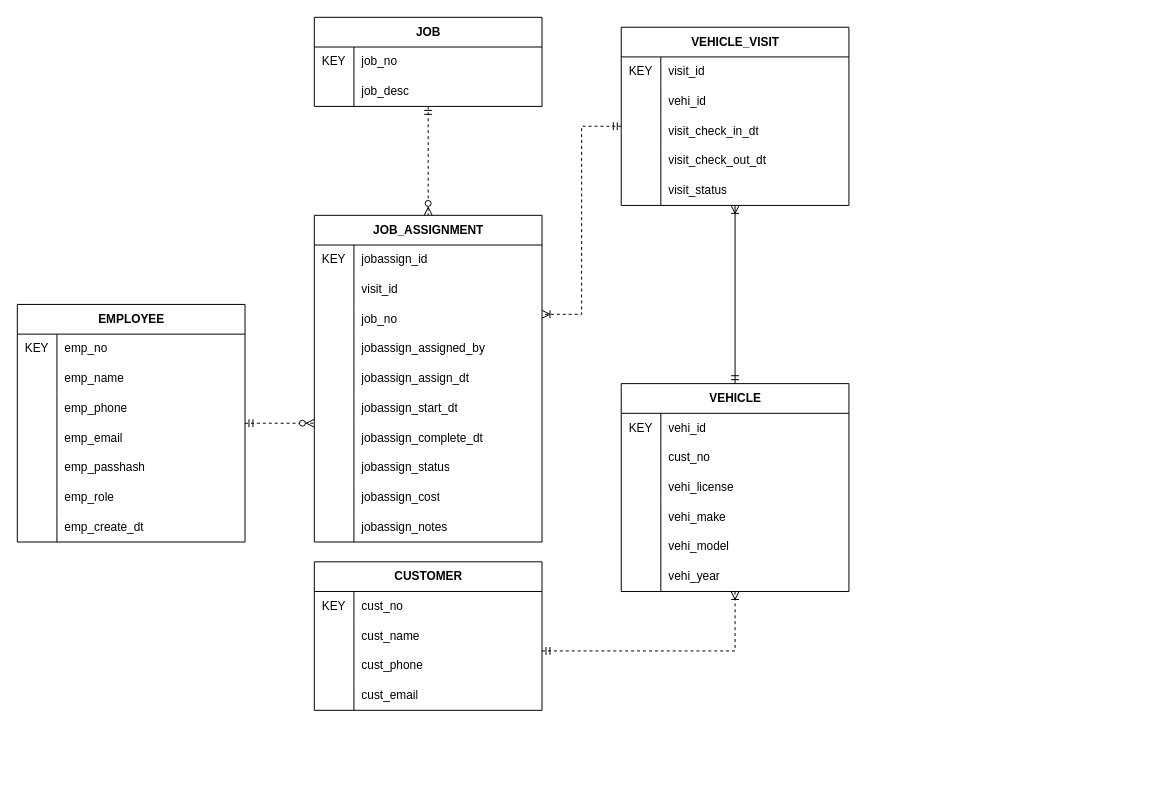
Above: page "Conceptual" (2 of 2) of docs/erd/erd.drawio in PrimeAutocare/primeautocare (draw.io), before the change. Source tidied: cells renumbered, new cells numbered last; positions are measured from the earlier drawing's top-left corner, leaving out a move shared by most shapes. Both pictures are drawn from the tidied source at 99%, with x=0, y=0 at pixel (17, 17).
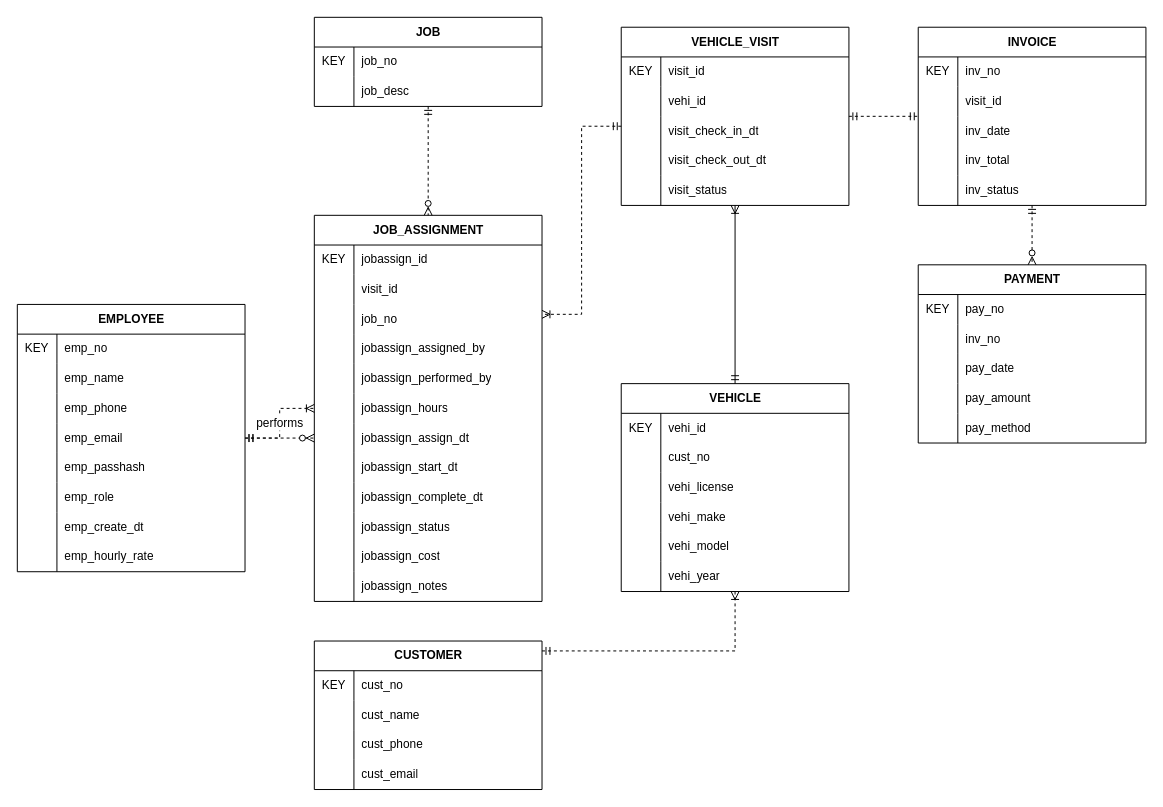
The same page after the edit.

Unchanged cells that the change refers to:
```xml
<mxCell id="81" value="VEHICLE_VISIT" style="shape=table;startSize=30;childLayout=tableLayout;rowLines=0;fontStyle=1;align=center;html=1;" parent="1" vertex="1">
  <mxGeometry x="610" y="10" width="230" height="180" as="geometry" />
</mxCell>
```

Diff of the diagram source:
```diff
@@
     <mxCell id="2" value="EMPLOYEE" style="shape=table;startSize=30;childLayout=tableLayout;rowLines=0;fontStyle=1;align=center;html=1;" parent="1" vertex="1">
-      <mxGeometry y="290" width="230" height="240" as="geometry" />
+      <mxGeometry y="290" width="230" height="270" as="geometry" />
     </mxCell>
@@
+    <mxCell id="115" style="shape=tableRow;horizontal=0;startSize=0;swimlaneHead=0;swimlaneBody=0;fillColor=none;top=0;left=0;right=0;bottom=0;" parent="2" vertex="1">
+      <mxGeometry y="240" width="230" height="30" as="geometry" />
+    </mxCell>
+    <mxCell id="116" style="shape=partialRectangle;fillColor=none;top=0;left=0;bottom=0;right=0;overflow=hidden;whiteSpace=wrap;html=1;" parent="115" vertex="1">
+      <mxGeometry width="40" height="30" as="geometry" />
+    </mxCell>
+    <mxCell id="117" value="emp_hourly_rate" style="shape=partialRectangle;fillColor=none;top=0;left=0;bottom=0;right=0;align=left;spacingLeft=6;overflow=hidden;whiteSpace=wrap;html=1;" parent="115" vertex="1">
+      <mxGeometry x="40" width="190" height="30" as="geometry" />
+    </mxCell>
@@
     <mxCell id="50" value="JOB_ASSIGNMENT" style="shape=table;startSize=30;childLayout=tableLayout;rowLines=0;fontStyle=1;align=center;html=1;" parent="1" vertex="1">
-      <mxGeometry x="300" y="200" width="230" height="330" as="geometry" />
+      <mxGeometry x="300" y="200" width="230" height="390" as="geometry" />
     </mxCell>
@@
+    <mxCell id="118" style="shape=tableRow;horizontal=0;startSize=0;swimlaneHead=0;swimlaneBody=0;fillColor=none;top=0;left=0;right=0;bottom=0;" parent="50" vertex="1">
+      <mxGeometry y="150" width="230" height="30" as="geometry" />
+    </mxCell>
+    <mxCell id="119" style="shape=partialRectangle;fillColor=none;top=0;left=0;bottom=0;right=0;overflow=hidden;whiteSpace=wrap;html=1;" parent="118" vertex="1">
+      <mxGeometry width="40" height="30" as="geometry" />
+    </mxCell>
+    <mxCell id="120" value="jobassign_performed_by" style="shape=partialRectangle;fillColor=none;top=0;left=0;bottom=0;right=0;align=left;spacingLeft=6;overflow=hidden;whiteSpace=wrap;html=1;" parent="118" vertex="1">
+      <mxGeometry x="40" width="190" height="30" as="geometry" />
+    </mxCell>
+    <mxCell id="121" style="shape=tableRow;horizontal=0;startSize=0;swimlaneHead=0;swimlaneBody=0;fillColor=none;top=0;left=0;right=0;bottom=0;" parent="50" vertex="1">
+      <mxGeometry y="180" width="230" height="30" as="geometry" />
+    </mxCell>
+    <mxCell id="122" style="shape=partialRectangle;fillColor=none;top=0;left=0;bottom=0;right=0;overflow=hidden;whiteSpace=wrap;html=1;" parent="121" vertex="1">
+      <mxGeometry width="40" height="30" as="geometry" />
+    </mxCell>
+    <mxCell id="123" value="jobassign_hours" style="shape=partialRectangle;fillColor=none;top=0;left=0;bottom=0;right=0;align=left;spacingLeft=6;overflow=hidden;whiteSpace=wrap;html=1;" parent="121" vertex="1">
+      <mxGeometry x="40" width="190" height="30" as="geometry" />
+    </mxCell>
     <mxCell id="63" style="shape=tableRow;horizontal=0;startSize=0;swimlaneHead=0;swimlaneBody=0;fillColor=none;top=0;left=0;right=0;bottom=0;" parent="50" vertex="1">
-      <mxGeometry y="150" width="230" height="30" as="geometry" />
+      <mxGeometry y="210" width="230" height="30" as="geometry" />
     </mxCell>
@@
     <mxCell id="66" style="shape=tableRow;horizontal=0;startSize=0;swimlaneHead=0;swimlaneBody=0;fillColor=none;top=0;left=0;right=0;bottom=0;" parent="50" vertex="1">
-      <mxGeometry y="180" width="230" height="30" as="geometry" />
+      <mxGeometry y="240" width="230" height="30" as="geometry" />
     </mxCell>
@@
     <mxCell id="69" style="shape=tableRow;horizontal=0;startSize=0;swimlaneHead=0;swimlaneBody=0;fillColor=none;top=0;left=0;right=0;bottom=0;" parent="50" vertex="1">
-      <mxGeometry y="210" width="230" height="30" as="geometry" />
+      <mxGeometry y="270" width="230" height="30" as="geometry" />
     </mxCell>
@@
     <mxCell id="72" style="shape=tableRow;horizontal=0;startSize=0;swimlaneHead=0;swimlaneBody=0;fillColor=none;top=0;left=0;right=0;bottom=0;" parent="50" vertex="1">
-      <mxGeometry y="240" width="230" height="30" as="geometry" />
+      <mxGeometry y="300" width="230" height="30" as="geometry" />
     </mxCell>
@@
     <mxCell id="75" style="shape=tableRow;horizontal=0;startSize=0;swimlaneHead=0;swimlaneBody=0;fillColor=none;top=0;left=0;right=0;bottom=0;" parent="50" vertex="1">
-      <mxGeometry y="270" width="230" height="30" as="geometry" />
+      <mxGeometry y="330" width="230" height="30" as="geometry" />
     </mxCell>
@@
     <mxCell id="78" style="shape=tableRow;horizontal=0;startSize=0;swimlaneHead=0;swimlaneBody=0;fillColor=none;top=0;left=0;right=0;bottom=0;" parent="50" vertex="1">
-      <mxGeometry y="300" width="230" height="30" as="geometry" />
+      <mxGeometry y="360" width="230" height="30" as="geometry" />
     </mxCell>
@@
     <mxCell id="101" value="CUSTOMER" style="shape=table;startSize=30;childLayout=tableLayout;rowLines=0;fontStyle=1;align=center;html=1;" parent="1" vertex="1">
-      <mxGeometry x="300" y="550" width="230" height="150" as="geometry" />
+      <mxGeometry x="300" y="630" width="230" height="150" as="geometry" />
     </mxCell>
@@
+    <mxCell id="124" value="INVOICE" style="shape=table;startSize=30;childLayout=tableLayout;rowLines=0;fontStyle=1;align=center;html=1;" parent="1" vertex="1">
+      <mxGeometry x="910" y="10" width="230" height="180" as="geometry" />
+    </mxCell>
+    <mxCell id="125" style="shape=tableRow;horizontal=0;startSize=0;swimlaneHead=0;swimlaneBody=0;fillColor=none;top=0;left=0;right=0;bottom=0;" parent="124" vertex="1">
+      <mxGeometry y="30" width="230" height="30" as="geometry" />
+    </mxCell>
+    <mxCell id="126" value="KEY" style="shape=partialRectangle;fillColor=none;top=0;left=0;bottom=0;right=0;overflow=hidden;whiteSpace=wrap;html=1;" parent="125" vertex="1">
+      <mxGeometry width="40" height="30" as="geometry" />
+    </mxCell>
+    <mxCell id="127" value="inv_no" style="shape=partialRectangle;fillColor=none;top=0;left=0;bottom=0;right=0;align=left;spacingLeft=6;overflow=hidden;whiteSpace=wrap;html=1;" parent="125" vertex="1">
+      <mxGeometry x="40" width="190" height="30" as="geometry" />
+    </mxCell>
+    <mxCell id="128" style="shape=tableRow;horizontal=0;startSize=0;swimlaneHead=0;swimlaneBody=0;fillColor=none;top=0;left=0;right=0;bottom=0;" parent="124" vertex="1">
+      <mxGeometry y="60" width="230" height="30" as="geometry" />
+    </mxCell>
+    <mxCell id="129" style="shape=partialRectangle;fillColor=none;top=0;left=0;bottom=0;right=0;overflow=hidden;whiteSpace=wrap;html=1;" parent="128" vertex="1">
+      <mxGeometry width="40" height="30" as="geometry" />
+    </mxCell>
+    <mxCell id="130" value="visit_id" style="shape=partialRectangle;fillColor=none;top=0;left=0;bottom=0;right=0;align=left;spacingLeft=6;overflow=hidden;whiteSpace=wrap;html=1;" parent="128" vertex="1">
+      <mxGeometry x="40" width="190" height="30" as="geometry" />
+    </mxCell>
+    <mxCell id="131" style="shape=tableRow;horizontal=0;startSize=0;swimlaneHead=0;swimlaneBody=0;fillColor=none;top=0;left=0;right=0;bottom=0;" parent="124" vertex="1">
+      <mxGeometry y="90" width="230" height="30" as="geometry" />
+    </mxCell>
+    <mxCell id="132" style="shape=partialRectangle;fillColor=none;top=0;left=0;bottom=0;right=0;overflow=hidden;whiteSpace=wrap;html=1;" parent="131" vertex="1">
+      <mxGeometry width="40" height="30" as="geometry" />
+    </mxCell>
+    <mxCell id="133" value="inv_date" style="shape=partialRectangle;fillColor=none;top=0;left=0;bottom=0;right=0;align=left;spacingLeft=6;overflow=hidden;whiteSpace=wrap;html=1;" parent="131" vertex="1">
+      <mxGeometry x="40" width="190" height="30" as="geometry" />
+    </mxCell>
+    <mxCell id="134" style="shape=tableRow;horizontal=0;startSize=0;swimlaneHead=0;swimlaneBody=0;fillColor=none;top=0;left=0;right=0;bottom=0;" parent="124" vertex="1">
+      <mxGeometry y="120" width="230" height="30" as="geometry" />
+    </mxCell>
+    <mxCell id="135" style="shape=partialRectangle;fillColor=none;top=0;left=0;bottom=0;right=0;overflow=hidden;whiteSpace=wrap;html=1;" parent="134" vertex="1">
+      <mxGeometry width="40" height="30" as="geometry" />
+    </mxCell>
+    <mxCell id="136" value="inv_total" style="shape=partialRectangle;fillColor=none;top=0;left=0;bottom=0;right=0;align=left;spacingLeft=6;overflow=hidden;whiteSpace=wrap;html=1;" parent="134" vertex="1">
+      <mxGeometry x="40" width="190" height="30" as="geometry" />
+    </mxCell>
+    <mxCell id="137" style="shape=tableRow;horizontal=0;startSize=0;swimlaneHead=0;swimlaneBody=0;fillColor=none;top=0;left=0;right=0;bottom=0;" parent="124" vertex="1">
+      <mxGeometry y="150" width="230" height="30" as="geometry" />
+    </mxCell>
+    <mxCell id="138" style="shape=partialRectangle;fillColor=none;top=0;left=0;bottom=0;right=0;overflow=hidden;whiteSpace=wrap;html=1;" parent="137" vertex="1">
+      <mxGeometry width="40" height="30" as="geometry" />
+    </mxCell>
+    <mxCell id="139" value="inv_status" style="shape=partialRectangle;fillColor=none;top=0;left=0;bottom=0;right=0;align=left;spacingLeft=6;overflow=hidden;whiteSpace=wrap;html=1;" parent="137" vertex="1">
+      <mxGeometry x="40" width="190" height="30" as="geometry" />
+    </mxCell>
+    <mxCell id="140" value="PAYMENT" style="shape=table;startSize=30;childLayout=tableLayout;rowLines=0;fontStyle=1;align=center;html=1;" parent="1" vertex="1">
+      <mxGeometry x="910" y="250" width="230" height="180" as="geometry" />
+    </mxCell>
+    <mxCell id="141" style="shape=tableRow;horizontal=0;startSize=0;swimlaneHead=0;swimlaneBody=0;fillColor=none;top=0;left=0;right=0;bottom=0;" parent="140" vertex="1">
+      <mxGeometry y="30" width="230" height="30" as="geometry" />
+    </mxCell>
+    <mxCell id="142" value="KEY" style="shape=partialRectangle;fillColor=none;top=0;left=0;bottom=0;right=0;overflow=hidden;whiteSpace=wrap;html=1;" parent="141" vertex="1">
+      <mxGeometry width="40" height="30" as="geometry" />
+    </mxCell>
+    <mxCell id="143" value="pay_no" style="shape=partialRectangle;fillColor=none;top=0;left=0;bottom=0;right=0;align=left;spacingLeft=6;overflow=hidden;whiteSpace=wrap;html=1;" parent="141" vertex="1">
+      <mxGeometry x="40" width="190" height="30" as="geometry" />
+    </mxCell>
+    <mxCell id="144" style="shape=tableRow;horizontal=0;startSize=0;swimlaneHead=0;swimlaneBody=0;fillColor=none;top=0;left=0;right=0;bottom=0;" parent="140" vertex="1">
+      <mxGeometry y="60" width="230" height="30" as="geometry" />
+    </mxCell>
+    <mxCell id="145" style="shape=partialRectangle;fillColor=none;top=0;left=0;bottom=0;right=0;overflow=hidden;whiteSpace=wrap;html=1;" parent="144" vertex="1">
+      <mxGeometry width="40" height="30" as="geometry" />
+    </mxCell>
+    <mxCell id="146" value="inv_no" style="shape=partialRectangle;fillColor=none;top=0;left=0;bottom=0;right=0;align=left;spacingLeft=6;overflow=hidden;whiteSpace=wrap;html=1;" parent="144" vertex="1">
+      <mxGeometry x="40" width="190" height="30" as="geometry" />
+    </mxCell>
+    <mxCell id="147" style="shape=tableRow;horizontal=0;startSize=0;swimlaneHead=0;swimlaneBody=0;fillColor=none;top=0;left=0;right=0;bottom=0;" parent="140" vertex="1">
+      <mxGeometry y="90" width="230" height="30" as="geometry" />
+    </mxCell>
+    <mxCell id="148" style="shape=partialRectangle;fillColor=none;top=0;left=0;bottom=0;right=0;overflow=hidden;whiteSpace=wrap;html=1;" parent="147" vertex="1">
+      <mxGeometry width="40" height="30" as="geometry" />
+    </mxCell>
+    <mxCell id="149" value="pay_date" style="shape=partialRectangle;fillColor=none;top=0;left=0;bottom=0;right=0;align=left;spacingLeft=6;overflow=hidden;whiteSpace=wrap;html=1;" parent="147" vertex="1">
+      <mxGeometry x="40" width="190" height="30" as="geometry" />
+    </mxCell>
+    <mxCell id="150" style="shape=tableRow;horizontal=0;startSize=0;swimlaneHead=0;swimlaneBody=0;fillColor=none;top=0;left=0;right=0;bottom=0;" parent="140" vertex="1">
+      <mxGeometry y="120" width="230" height="30" as="geometry" />
+    </mxCell>
+    <mxCell id="151" style="shape=partialRectangle;fillColor=none;top=0;left=0;bottom=0;right=0;overflow=hidden;whiteSpace=wrap;html=1;" parent="150" vertex="1">
+      <mxGeometry width="40" height="30" as="geometry" />
+    </mxCell>
+    <mxCell id="152" value="pay_amount" style="shape=partialRectangle;fillColor=none;top=0;left=0;bottom=0;right=0;align=left;spacingLeft=6;overflow=hidden;whiteSpace=wrap;html=1;" parent="150" vertex="1">
+      <mxGeometry x="40" width="190" height="30" as="geometry" />
+    </mxCell>
+    <mxCell id="153" style="shape=tableRow;horizontal=0;startSize=0;swimlaneHead=0;swimlaneBody=0;fillColor=none;top=0;left=0;right=0;bottom=0;" parent="140" vertex="1">
+      <mxGeometry y="150" width="230" height="30" as="geometry" />
+    </mxCell>
+    <mxCell id="154" style="shape=partialRectangle;fillColor=none;top=0;left=0;bottom=0;right=0;overflow=hidden;whiteSpace=wrap;html=1;" parent="153" vertex="1">
+      <mxGeometry width="40" height="30" as="geometry" />
+    </mxCell>
+    <mxCell id="155" value="pay_method" style="shape=partialRectangle;fillColor=none;top=0;left=0;bottom=0;right=0;align=left;spacingLeft=6;overflow=hidden;whiteSpace=wrap;html=1;" parent="153" vertex="1">
+      <mxGeometry x="40" width="190" height="30" as="geometry" />
+    </mxCell>
+    <mxCell id="156" style="edgeStyle=orthogonalEdgeStyle;fontSize=12;html=1;endArrow=ERmandOne;startArrow=ERmandOne;rounded=0;dashed=1;" parent="1" edge="1" source="81" target="124">
+      <mxGeometry relative="1" as="geometry" />
+    </mxCell>
+    <mxCell id="157" style="edgeStyle=orthogonalEdgeStyle;fontSize=12;html=1;endArrow=ERzeroToMany;startArrow=ERmandOne;rounded=0;dashed=1;" parent="1" edge="1" source="124" target="140">
+      <mxGeometry relative="1" as="geometry" />
+    </mxCell>
+    <mxCell id="158" value="performs" style="edgeStyle=orthogonalEdgeStyle;fontSize=12;html=1;endArrow=ERoneToMany;startArrow=ERmandOne;rounded=0;endFill=0;dashed=1;" parent="1" edge="1" source="2" target="50">
+      <mxGeometry relative="1" as="geometry" />
+    </mxCell>
```
